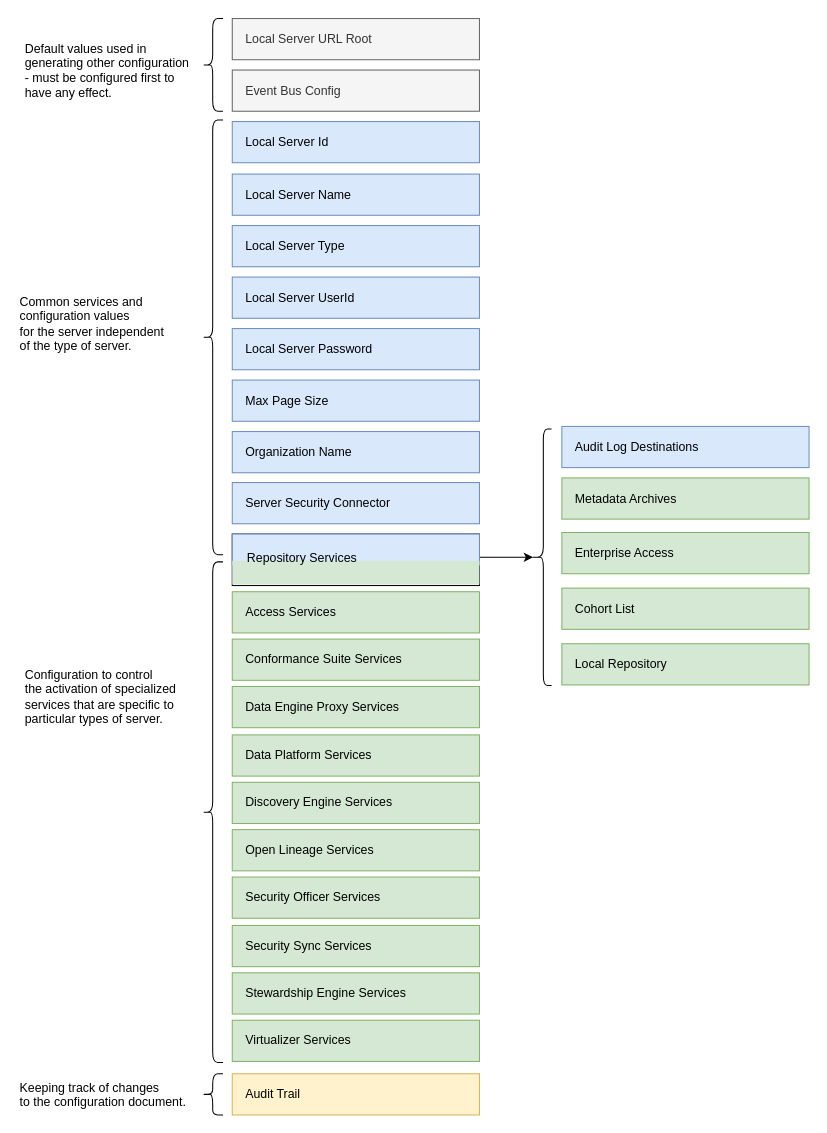
Earlier version of the draw.io diagram page "configuration-document-structure" (16 of 26) of open-metadata-implementation/admin-services/docs/egeria-operations.drawio (odpi/egeria). Source tidied: cells renumbered, new cells numbered last; positions are measured from the earlier drawing's top-left corner, leaving out a move shared by most shapes. Both pictures are drawn from the tidied source at 103%, with x=0, y=0 at pixel (18, 19).
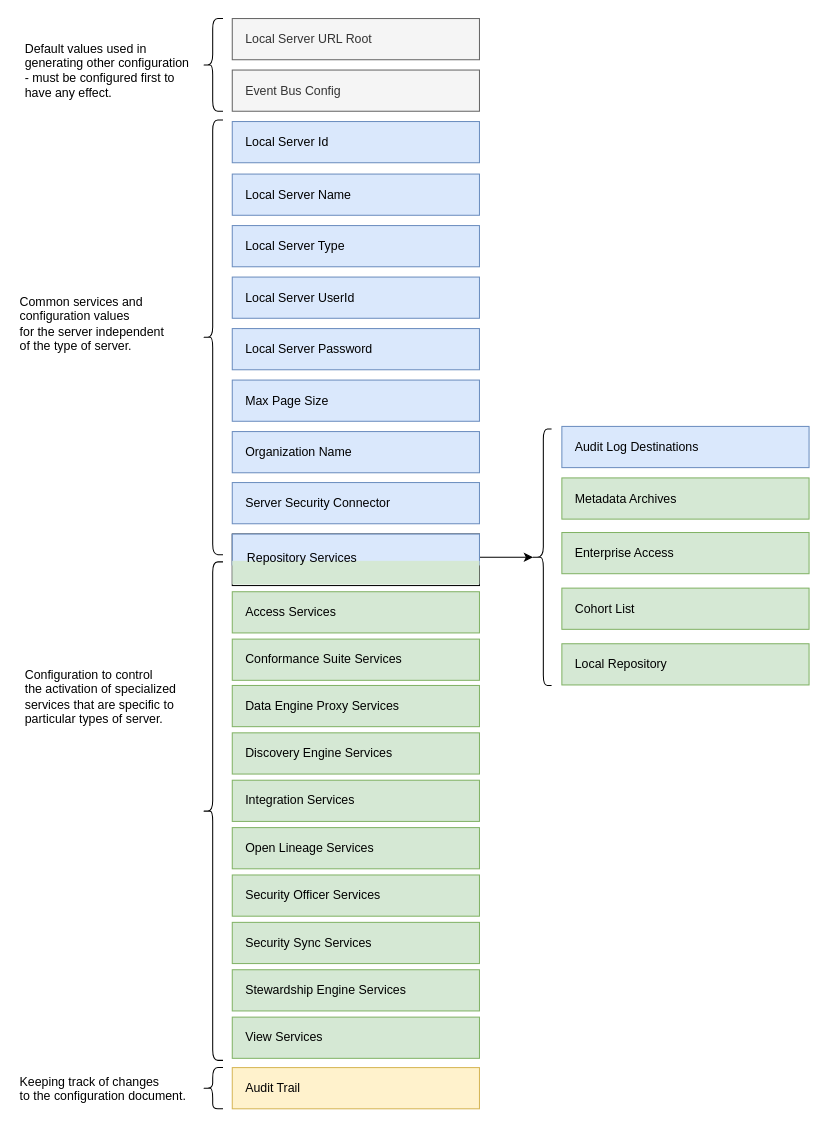
Above is the later version.

The edit, as a diff of the source:
```diff
@@
     <mxCell id="14" value="Discovery Engine Services" style="rounded=0;whiteSpace=wrap;html=1;fontSize=12;align=left;spacingLeft=11;fillColor=#d5e8d4;strokeColor=#82b366;" parent="1" vertex="1">
-      <mxGeometry x="208" y="741" width="240" height="40" as="geometry" />
+      <mxGeometry x="208" y="693" width="240" height="40" as="geometry" />
     </mxCell>
     <mxCell id="15" value="Open Lineage Services" style="rounded=0;whiteSpace=wrap;html=1;fontSize=12;align=left;spacingLeft=11;fillColor=#d5e8d4;strokeColor=#82b366;" parent="1" vertex="1">
-      <mxGeometry x="208" y="787" width="240" height="40" as="geometry" />
+      <mxGeometry x="208" y="785" width="240" height="40" as="geometry" />
     </mxCell>
-    <mxCell id="16" value="Data Platform Services" style="rounded=0;whiteSpace=wrap;html=1;fontSize=12;align=left;spacingLeft=11;fillColor=#d5e8d4;strokeColor=#82b366;" parent="1" vertex="1">
-      <mxGeometry x="208" y="695" width="240" height="40" as="geometry" />
-    </mxCell>
     <mxCell id="17" value="Data Engine Proxy Services" style="rounded=0;whiteSpace=wrap;html=1;fontSize=12;align=left;spacingLeft=11;fillColor=#d5e8d4;strokeColor=#82b366;" parent="1" vertex="1">
-      <mxGeometry x="208" y="648" width="240" height="40" as="geometry" />
+      <mxGeometry x="208" y="647" width="240" height="40" as="geometry" />
     </mxCell>
     <mxCell id="18" value="Audit Trail" style="rounded=0;whiteSpace=wrap;html=1;fontSize=12;align=left;spacingLeft=11;fillColor=#fff2cc;strokeColor=#d6b656;" parent="1" vertex="1">
-      <mxGeometry x="208" y="1024" width="240" height="40" as="geometry" />
+      <mxGeometry x="208" y="1018" width="240" height="40" as="geometry" />
     </mxCell>
@@
     <mxCell id="22" style="shape=curlyBracket;whiteSpace=wrap;html=1;rounded=1;fontSize=12;align=left;" parent="1" vertex="1">
-      <mxGeometry x="179" y="527" width="20" height="486" as="geometry" />
+      <mxGeometry x="179" y="527" width="20" height="484" as="geometry" />
     </mxCell>
     <mxCell id="23" style="shape=curlyBracket;whiteSpace=wrap;html=1;rounded=1;fontSize=12;align=left;" parent="1" vertex="1">
-      <mxGeometry x="179" y="1024" width="20" height="40" as="geometry" />
+      <mxGeometry x="179" y="1018" width="20" height="40" as="geometry" />
     </mxCell>
     <mxCell id="24" value="Keeping track of changes&lt;br&gt;to the configuration document.&amp;nbsp;" style="text;html=1;align=left;verticalAlign=top;spacingTop=-4;fontSize=12;" parent="1" vertex="1">
-      <mxGeometry y="1028" width="175" height="28" as="geometry" />
+      <mxGeometry y="1022" width="175" height="28" as="geometry" />
     </mxCell>
@@
     <mxCell id="37" value="Stewardship Engine Services" style="rounded=0;whiteSpace=wrap;html=1;fontSize=12;align=left;spacingLeft=11;fillColor=#d5e8d4;strokeColor=#82b366;" parent="1" vertex="1">
-      <mxGeometry x="208" y="926" width="240" height="40" as="geometry" />
+      <mxGeometry x="208" y="923" width="240" height="40" as="geometry" />
     </mxCell>
     <mxCell id="38" value="Security Sync Services" style="rounded=0;whiteSpace=wrap;html=1;fontSize=12;align=left;spacingLeft=11;fillColor=#d5e8d4;strokeColor=#82b366;" parent="1" vertex="1">
-      <mxGeometry x="208" y="880" width="240" height="40" as="geometry" />
+      <mxGeometry x="208" y="877" width="240" height="40" as="geometry" />
     </mxCell>
-    <mxCell id="39" value="Virtualizer Services" style="rounded=0;whiteSpace=wrap;html=1;fontSize=12;align=left;spacingLeft=11;fillColor=#d5e8d4;strokeColor=#82b366;" parent="1" vertex="1">
-      <mxGeometry x="208" y="972" width="240" height="40" as="geometry" />
-    </mxCell>
     <mxCell id="40" value="Security Officer Services" style="rounded=0;whiteSpace=wrap;html=1;fontSize=12;align=left;spacingLeft=11;fillColor=#d5e8d4;strokeColor=#82b366;" parent="1" vertex="1">
-      <mxGeometry x="208" y="833" width="240" height="40" as="geometry" />
+      <mxGeometry x="208" y="831" width="240" height="40" as="geometry" />
     </mxCell>
@@
+    <mxCell id="42" value="Integration Services" style="rounded=0;whiteSpace=wrap;html=1;fontSize=12;align=left;spacingLeft=11;fillColor=#d5e8d4;strokeColor=#82b366;" parent="1" vertex="1">
+      <mxGeometry x="208" y="739" width="240" height="40" as="geometry" />
+    </mxCell>
+    <mxCell id="43" value="View Services" style="rounded=0;whiteSpace=wrap;html=1;fontSize=12;align=left;spacingLeft=11;fillColor=#d5e8d4;strokeColor=#82b366;" parent="1" vertex="1">
+      <mxGeometry x="208" y="969" width="240" height="40" as="geometry" />
+    </mxCell>
```
